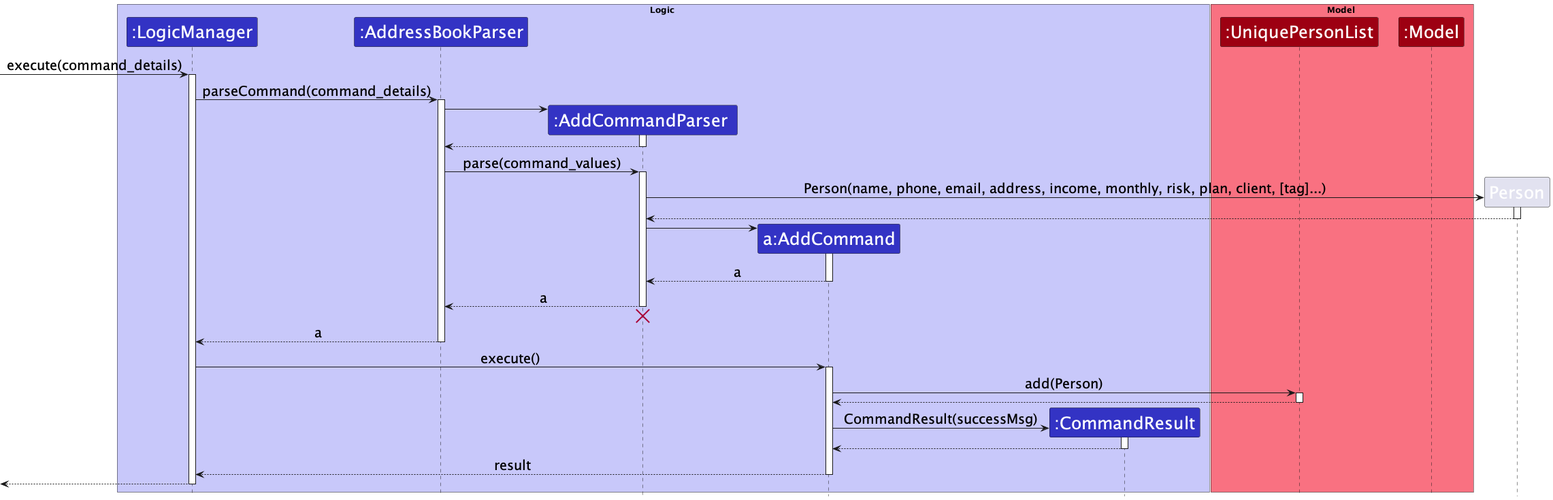
This is docs/images/AddCommandSequenceDiagram.png from nus-cs2103-AY2223S1/tp, a PlantUML export, as it was before one commit.
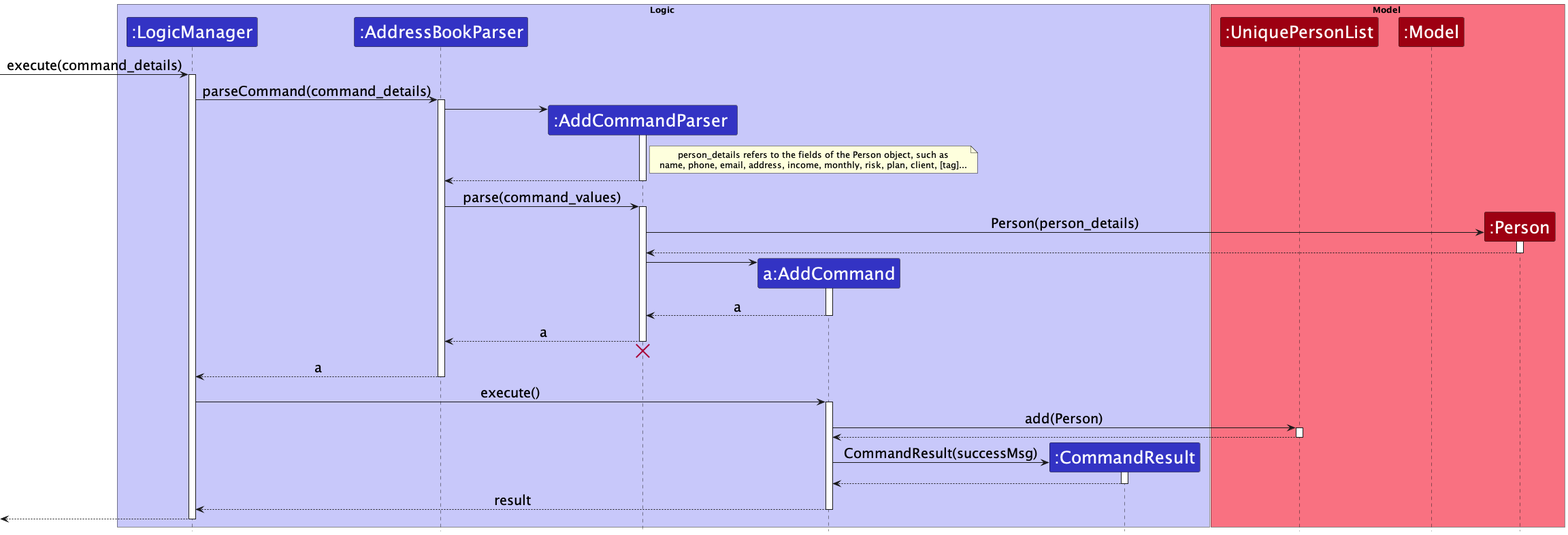
After the change.

What changed in the source:
```diff
@@ -18,6 +18,7 @@
 box Model MODEL_COLOR_T1
 participant ":UniquePersonList" as UniquePersonList MODEL_COLOR
 participant ":Model" as Model MODEL_COLOR
+participant ":Person" as Person MODEL_COLOR
 end box
 
 [-> LogicManager : execute(command_details)
@@ -30,6 +31,11 @@
 AddressBookParser -> AddCommandParser
 activate AddCommandParser
 
+note right of AddCommandParser
+  person_details refers to the fields of the Person object, such as
+  name, phone, email, address, income, monthly, risk, plan, client, [tag]...
+end note
+
 AddCommandParser  --> AddressBookParser
 deactivate AddCommandParser
 
@@ -37,7 +43,7 @@
 activate AddCommandParser
 
 create Person
-AddCommandParser -> Person : Person(name, phone, email, address, income, monthly, risk, plan, client, [tag]...)
+AddCommandParser -> Person : Person(person_details)
 activate Person
 
 Person --> AddCommandParser :
@@ -46,6 +52,8 @@
 create AddCommand
 AddCommandParser  -> AddCommand
 activate AddCommand
+
+
 
 AddCommand --> AddCommandParser  : a
 deactivate AddCommand
@@ -80,4 +88,5 @@
 
 [<--LogicManager
 deactivate LogicManager
+
 @enduml
```
